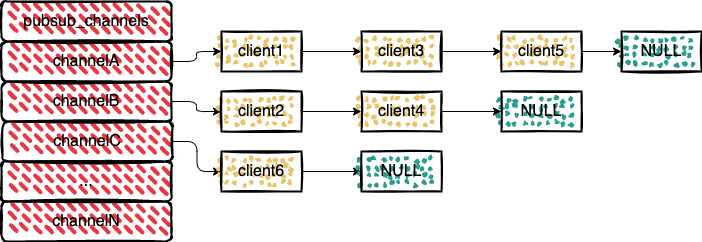
The draw.io diagram img/redis/pubsub_channels.png in boilingfrog/Go-POINT, before a commit. Source tidied: cells renumbered, new cells last; positions are measured from the earlier drawing's top-left corner, leaving out a move shared by most shapes.
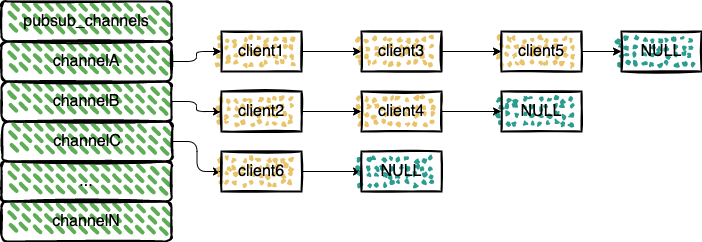
The same file after the commit.

The edit, as a diff of the source:
```diff
@@ -2,31 +2,31 @@
   <root>
     <mxCell id="0" />
     <mxCell id="1" parent="0" />
-    <mxCell id="2" value="&lt;font style=&quot;font-size: 16px&quot;&gt;pubsub_channels&lt;/font&gt;" style="rounded=1;whiteSpace=wrap;html=1;fillColor=#E63946;strokeWidth=2;fillWeight=4;hachureGap=8;hachureAngle=45;sketch=1;fillStyle=dashed;fontSize=12;" parent="1" vertex="1">
+    <mxCell id="2" value="&lt;font style=&quot;font-size: 16px&quot;&gt;pubsub_channels&lt;/font&gt;" style="rounded=1;whiteSpace=wrap;html=1;fillColor=#5FAD56;strokeWidth=2;fillWeight=4;hachureGap=8;hachureAngle=45;sketch=1;fillStyle=dashed;fontSize=16;" parent="1" vertex="1">
       <mxGeometry width="170" height="40" as="geometry" />
     </mxCell>
     <mxCell id="3" style="edgeStyle=orthogonalEdgeStyle;html=1;entryX=0;entryY=0.5;entryDx=0;entryDy=0;fontFamily=Helvetica;fontSize=16;fontColor=default;" parent="1" edge="1" source="4" target="12">
       <mxGeometry relative="1" as="geometry" />
     </mxCell>
-    <mxCell id="4" value="&lt;font style=&quot;font-size: 16px&quot;&gt;channelA&lt;/font&gt;" style="rounded=1;whiteSpace=wrap;html=1;fillColor=#E63946;strokeWidth=2;fillWeight=4;hachureGap=8;hachureAngle=45;sketch=1;fillStyle=dashed;" parent="1" vertex="1">
+    <mxCell id="4" value="&lt;font style=&quot;font-size: 16px&quot;&gt;channelA&lt;/font&gt;" style="rounded=1;whiteSpace=wrap;html=1;fillColor=#5FAD56;strokeWidth=2;fillWeight=4;hachureGap=8;hachureAngle=45;sketch=1;fillStyle=dashed;fontSize=16;" parent="1" vertex="1">
       <mxGeometry y="40" width="170" height="40" as="geometry" />
     </mxCell>
     <mxCell id="5" style="edgeStyle=orthogonalEdgeStyle;html=1;entryX=0;entryY=0.5;entryDx=0;entryDy=0;fontFamily=Helvetica;fontSize=16;fontColor=default;" parent="1" edge="1" source="6" target="18">
       <mxGeometry relative="1" as="geometry" />
     </mxCell>
-    <mxCell id="6" value="&lt;span style=&quot;font-size: 16px&quot;&gt;channelB&lt;/span&gt;" style="rounded=1;whiteSpace=wrap;html=1;fillColor=#E63946;strokeWidth=2;fillWeight=4;hachureGap=8;hachureAngle=45;sketch=1;fillStyle=dashed;" parent="1" vertex="1">
+    <mxCell id="6" value="&lt;span style=&quot;font-size: 16px&quot;&gt;channelB&lt;/span&gt;" style="rounded=1;whiteSpace=wrap;html=1;fillColor=#5FAD56;strokeWidth=2;fillWeight=4;hachureGap=8;hachureAngle=45;sketch=1;fillStyle=dashed;fontSize=16;" parent="1" vertex="1">
       <mxGeometry y="80" width="170" height="40" as="geometry" />
     </mxCell>
     <mxCell id="7" style="edgeStyle=orthogonalEdgeStyle;html=1;entryX=0;entryY=0.5;entryDx=0;entryDy=0;fontFamily=Helvetica;fontSize=16;fontColor=default;" parent="1" edge="1" source="8" target="22">
       <mxGeometry relative="1" as="geometry" />
     </mxCell>
-    <mxCell id="8" value="&lt;span style=&quot;font-size: 16px&quot;&gt;channelC&lt;/span&gt;" style="rounded=1;whiteSpace=wrap;html=1;fillColor=#E63946;strokeWidth=2;fillWeight=4;hachureGap=8;hachureAngle=45;sketch=1;fillStyle=dashed;" parent="1" vertex="1">
+    <mxCell id="8" value="&lt;span style=&quot;font-size: 16px&quot;&gt;channelC&lt;/span&gt;" style="rounded=1;whiteSpace=wrap;html=1;fillColor=#5FAD56;strokeWidth=2;fillWeight=4;hachureGap=8;hachureAngle=45;sketch=1;fillStyle=dashed;fontSize=16;" parent="1" vertex="1">
       <mxGeometry x="1" y="120" width="170" height="40" as="geometry" />
     </mxCell>
-    <mxCell id="9" value="&lt;font style=&quot;font-size: 16px&quot;&gt;...&lt;/font&gt;" style="rounded=1;whiteSpace=wrap;html=1;fillColor=#E63946;strokeWidth=2;fillWeight=4;hachureGap=8;hachureAngle=45;sketch=1;fillStyle=dashed;" parent="1" vertex="1">
+    <mxCell id="9" value="&lt;font style=&quot;font-size: 16px&quot;&gt;...&lt;/font&gt;" style="rounded=1;whiteSpace=wrap;html=1;fillColor=#5FAD56;strokeWidth=2;fillWeight=4;hachureGap=8;hachureAngle=45;sketch=1;fillStyle=dashed;fontSize=16;" parent="1" vertex="1">
       <mxGeometry y="160" width="170" height="40" as="geometry" />
     </mxCell>
-    <mxCell id="10" value="&lt;span style=&quot;font-size: 16px&quot;&gt;channelN&lt;/span&gt;" style="rounded=1;whiteSpace=wrap;html=1;fillColor=#E63946;strokeWidth=2;fillWeight=4;hachureGap=8;hachureAngle=45;sketch=1;fillStyle=dashed;" parent="1" vertex="1">
+    <mxCell id="10" value="&lt;span style=&quot;font-size: 16px&quot;&gt;channelN&lt;/span&gt;" style="rounded=1;whiteSpace=wrap;html=1;fillColor=#5FAD56;strokeWidth=2;fillWeight=4;hachureGap=8;hachureAngle=45;sketch=1;fillStyle=dashed;fontSize=16;" parent="1" vertex="1">
       <mxGeometry y="200" width="170" height="40" as="geometry" />
     </mxCell>
     <mxCell id="11" style="edgeStyle=orthogonalEdgeStyle;html=1;entryX=0;entryY=0.5;entryDx=0;entryDy=0;fontFamily=Helvetica;fontSize=16;fontColor=default;" parent="1" edge="1" source="12" target="14">
```
